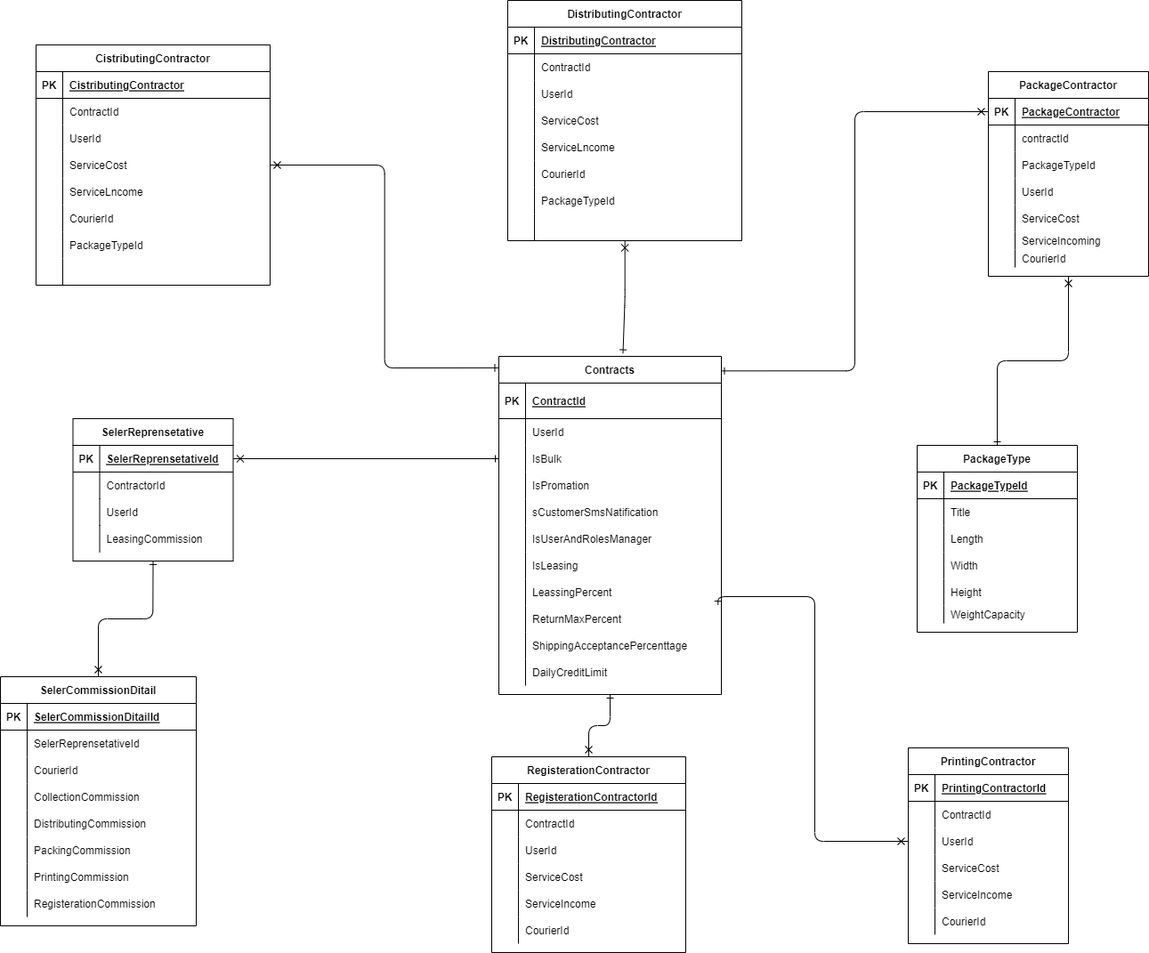
Earlier version of the draw.io export 04-Contract-Service/imgs/ContractServiceDatabase.png (behrangaghili/Postex-Documents_Diagrams). Source tidied: cells renumbered, new cells last; positions are measured from the earlier drawing's top-left corner, leaving out a move shared by most shapes.
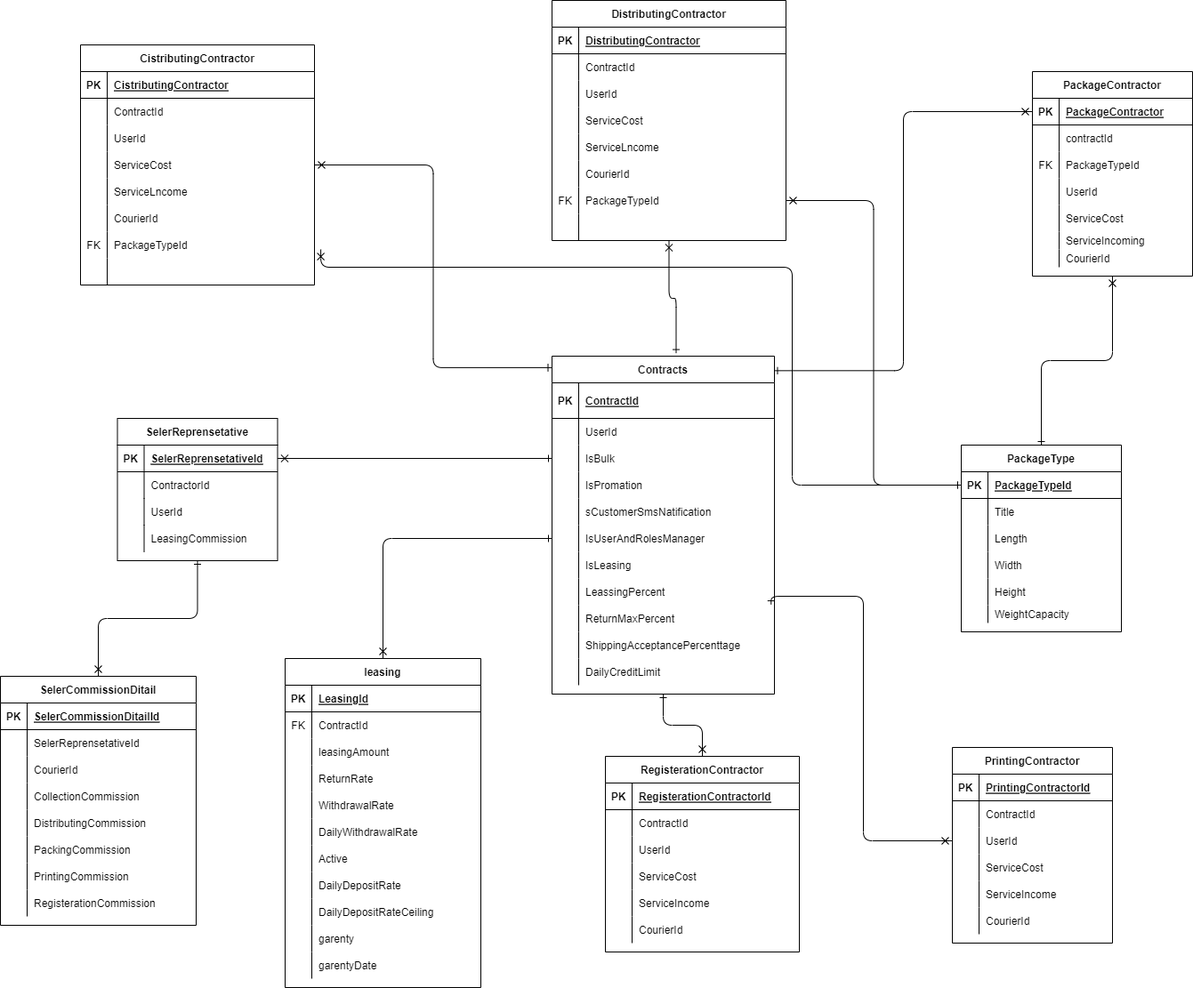
The same diagram one commit later.

Commit message:
edit diagram leasing and entity

Change to the diagram source:
```diff
@@ -3,7 +3,7 @@
     <mxCell id="0" />
     <mxCell id="1" parent="0" />
     <mxCell id="2" value="Contracts" style="shape=table;startSize=30;rowLines=0;fontStyle=1;align=center;" parent="1" vertex="1">
-      <mxGeometry x="560" y="400" width="250" height="380" as="geometry" />
+      <mxGeometry x="570" y="400" width="250" height="380" as="geometry" />
     </mxCell>
     <mxCell id="3" style="shape=partialRectangle;fillColor=none;top=0;left=0;bottom=1;right=0;" parent="2" vertex="1">
       <mxGeometry y="30" width="250" height="40" as="geometry" />
@@ -263,7 +263,7 @@
     <mxCell id="88" style="shape=partialRectangle;fillColor=none;top=0;left=0;bottom=0;right=0;points=[[0,0.5],[1,0.5]];portConstraint=eastwest;" parent="69" vertex="1">
       <mxGeometry y="210" width="263" height="30" as="geometry" />
     </mxCell>
-    <mxCell id="89" style="shape=partialRectangle;fillColor=none;top=0;left=0;bottom=0;right=0;overflow=hidden;" parent="88" vertex="1">
+    <mxCell id="89" value="FK" style="shape=partialRectangle;fillColor=none;top=0;left=0;bottom=0;right=0;overflow=hidden;" parent="88" vertex="1">
       <mxGeometry width="30" height="30" as="geometry" />
     </mxCell>
     <mxCell id="90" value="PackageTypeId" style="shape=partialRectangle;fillColor=none;top=0;left=0;bottom=0;right=0;align=left;spacingLeft=6;overflow=hidden;" parent="88" vertex="1">
@@ -282,7 +282,7 @@
       <mxGeometry relative="1" as="geometry" />
     </mxCell>
     <mxCell id="95" value="SelerCommissionDitail" style="shape=table;startSize=30;rowLines=0;fontStyle=1;align=center;" parent="1" vertex="1">
-      <mxGeometry y="760" width="220" height="280" as="geometry" />
+      <mxGeometry x="-50" y="760" width="220" height="280" as="geometry" />
     </mxCell>
     <mxCell id="96" style="shape=partialRectangle;fillColor=none;top=0;left=0;bottom=1;right=0;" parent="95" vertex="1">
       <mxGeometry y="30" width="220" height="30" as="geometry" />
@@ -419,7 +419,7 @@
     <mxCell id="140" style="shape=partialRectangle;fillColor=none;top=0;left=0;bottom=0;right=0;points=[[0,0.5],[1,0.5]];portConstraint=eastwest;" parent="121" vertex="1">
       <mxGeometry y="210" width="263" height="30" as="geometry" />
     </mxCell>
-    <mxCell id="141" style="shape=partialRectangle;fillColor=none;top=0;left=0;bottom=0;right=0;overflow=hidden;" parent="140" vertex="1">
+    <mxCell id="141" value="FK" style="shape=partialRectangle;fillColor=none;top=0;left=0;bottom=0;right=0;overflow=hidden;" parent="140" vertex="1">
       <mxGeometry width="30" height="30" as="geometry" />
     </mxCell>
     <mxCell id="142" value="PackageTypeId" style="shape=partialRectangle;fillColor=none;top=0;left=0;bottom=0;right=0;align=left;spacingLeft=6;overflow=hidden;" parent="140" vertex="1">
@@ -495,7 +495,7 @@
       <mxGeometry relative="1" as="geometry" />
     </mxCell>
     <mxCell id="166" value="RegisterationContractor" style="shape=table;startSize=30;rowLines=0;fontStyle=1;align=center;" parent="1" vertex="1">
-      <mxGeometry x="552" y="850" width="218" height="220" as="geometry" />
+      <mxGeometry x="630" y="850" width="218" height="220" as="geometry" />
     </mxCell>
     <mxCell id="167" style="shape=partialRectangle;fillColor=none;top=0;left=0;bottom=1;right=0;" parent="166" vertex="1">
       <mxGeometry y="30" width="218" height="30" as="geometry" />
@@ -578,7 +578,7 @@
     <mxCell id="193" style="shape=partialRectangle;fillColor=none;top=0;left=0;bottom=0;right=0;" parent="186" vertex="1">
       <mxGeometry y="90" width="180" height="30" as="geometry" />
     </mxCell>
-    <mxCell id="194" style="shape=partialRectangle;fillColor=none;top=0;left=0;bottom=0;right=0;overflow=hidden;" parent="193" vertex="1">
+    <mxCell id="194" value="FK" style="shape=partialRectangle;fillColor=none;top=0;left=0;bottom=0;right=0;overflow=hidden;" parent="193" vertex="1">
       <mxGeometry width="30" height="30" as="geometry" />
     </mxCell>
     <mxCell id="195" value="PackageTypeId" style="shape=partialRectangle;fillColor=none;top=0;left=0;bottom=0;right=0;align=left;spacingLeft=6;overflow=hidden;" parent="193" vertex="1">
@@ -629,5 +629,122 @@
     <mxCell id="210" style="edgeStyle=orthogonalEdgeStyle;html=1;exitX=0;exitY=0.5;exitDx=0;exitDy=0;entryX=0.998;entryY=0.043;entryDx=0;entryDy=0;entryPerimeter=0;startArrow=cross;startFill=0;endArrow=ERone;endFill=0;" parent="1" edge="1" source="187" target="2">
       <mxGeometry relative="1" as="geometry" />
     </mxCell>
+    <mxCell id="211" style="edgeStyle=orthogonalEdgeStyle;html=1;exitX=0;exitY=0.5;exitDx=0;exitDy=0;entryX=1;entryY=0.5;entryDx=0;entryDy=0;startArrow=ERone;startFill=0;endArrow=cross;endFill=0;" parent="1" edge="1" source="37" target="88">
+      <mxGeometry relative="1" as="geometry" />
+    </mxCell>
+    <mxCell id="212" style="edgeStyle=orthogonalEdgeStyle;html=1;exitX=0;exitY=0.5;exitDx=0;exitDy=0;entryX=1.027;entryY=0.667;entryDx=0;entryDy=0;entryPerimeter=0;startArrow=ERone;startFill=0;endArrow=cross;endFill=0;" parent="1" edge="1" source="37" target="140">
+      <mxGeometry relative="1" as="geometry">
+        <Array as="points">
+          <mxPoint x="840" y="545" />
+          <mxPoint x="840" y="300" />
+          <mxPoint x="310" y="300" />
+        </Array>
+      </mxGeometry>
+    </mxCell>
+    <mxCell id="213" value="leasing" style="shape=table;startSize=30;rowLines=0;fontStyle=1;align=center;" parent="1" vertex="1">
+      <mxGeometry x="270" y="740" width="220" height="370" as="geometry" />
+    </mxCell>
+    <mxCell id="214" style="shape=partialRectangle;fillColor=none;top=0;left=0;bottom=1;right=0;" parent="213" vertex="1">
+      <mxGeometry y="30" width="220" height="30" as="geometry" />
+    </mxCell>
+    <mxCell id="215" value="PK" style="shape=partialRectangle;fillColor=none;top=0;left=0;bottom=0;right=0;fontStyle=1;overflow=hidden;" parent="214" vertex="1">
+      <mxGeometry width="30" height="30" as="geometry" />
+    </mxCell>
+    <mxCell id="216" value="LeasingId" style="shape=partialRectangle;fillColor=none;top=0;left=0;bottom=0;right=0;align=left;spacingLeft=6;fontStyle=5;overflow=hidden;" parent="214" vertex="1">
+      <mxGeometry x="30" width="190" height="30" as="geometry" />
+    </mxCell>
+    <mxCell id="217" style="shape=partialRectangle;fillColor=none;top=0;left=0;bottom=0;right=0;" parent="213" vertex="1">
+      <mxGeometry y="60" width="220" height="30" as="geometry" />
+    </mxCell>
+    <mxCell id="218" value="FK" style="shape=partialRectangle;fillColor=none;top=0;left=0;bottom=0;right=0;overflow=hidden;" parent="217" vertex="1">
+      <mxGeometry width="30" height="30" as="geometry" />
+    </mxCell>
+    <mxCell id="219" value="ContractId" style="shape=partialRectangle;fillColor=none;top=0;left=0;bottom=0;right=0;align=left;spacingLeft=6;overflow=hidden;" parent="217" vertex="1">
+      <mxGeometry x="30" width="190" height="30" as="geometry" />
+    </mxCell>
+    <mxCell id="220" style="shape=partialRectangle;fillColor=none;top=0;left=0;bottom=0;right=0;" parent="213" vertex="1">
+      <mxGeometry y="90" width="220" height="30" as="geometry" />
+    </mxCell>
+    <mxCell id="221" style="shape=partialRectangle;fillColor=none;top=0;left=0;bottom=0;right=0;overflow=hidden;" parent="220" vertex="1">
+      <mxGeometry width="30" height="30" as="geometry" />
+    </mxCell>
+    <mxCell id="222" value="leasingAmount" style="shape=partialRectangle;fillColor=none;top=0;left=0;bottom=0;right=0;align=left;spacingLeft=6;overflow=hidden;" parent="220" vertex="1">
+      <mxGeometry x="30" width="190" height="30" as="geometry" />
+    </mxCell>
+    <mxCell id="223" style="shape=partialRectangle;fillColor=none;top=0;left=0;bottom=0;right=0;" parent="213" vertex="1">
+      <mxGeometry y="120" width="220" height="30" as="geometry" />
+    </mxCell>
+    <mxCell id="224" style="shape=partialRectangle;fillColor=none;top=0;left=0;bottom=0;right=0;overflow=hidden;" parent="223" vertex="1">
+      <mxGeometry width="30" height="30" as="geometry" />
+    </mxCell>
+    <mxCell id="225" value="ReturnRate" style="shape=partialRectangle;fillColor=none;top=0;left=0;bottom=0;right=0;align=left;spacingLeft=6;overflow=hidden;" parent="223" vertex="1">
+      <mxGeometry x="30" width="190" height="30" as="geometry" />
+    </mxCell>
+    <mxCell id="226" style="shape=partialRectangle;fillColor=none;top=0;left=0;bottom=0;right=0;" parent="213" vertex="1">
+      <mxGeometry y="150" width="220" height="30" as="geometry" />
+    </mxCell>
+    <mxCell id="227" style="shape=partialRectangle;fillColor=none;top=0;left=0;bottom=0;right=0;overflow=hidden;" parent="226" vertex="1">
+      <mxGeometry width="30" height="30" as="geometry" />
+    </mxCell>
+    <mxCell id="228" value="WithdrawalRate" style="shape=partialRectangle;fillColor=none;top=0;left=0;bottom=0;right=0;align=left;spacingLeft=6;overflow=hidden;" parent="226" vertex="1">
+      <mxGeometry x="30" width="190" height="30" as="geometry" />
+    </mxCell>
+    <mxCell id="229" style="shape=partialRectangle;fillColor=none;top=0;left=0;bottom=0;right=0;" parent="213" vertex="1">
+      <mxGeometry y="180" width="220" height="30" as="geometry" />
+    </mxCell>
+    <mxCell id="230" style="shape=partialRectangle;fillColor=none;top=0;left=0;bottom=0;right=0;overflow=hidden;" parent="229" vertex="1">
+      <mxGeometry width="30" height="30" as="geometry" />
+    </mxCell>
+    <mxCell id="231" value="DailyWithdrawalRate" style="shape=partialRectangle;fillColor=none;top=0;left=0;bottom=0;right=0;align=left;spacingLeft=6;overflow=hidden;" parent="229" vertex="1">
+      <mxGeometry x="30" width="190" height="30" as="geometry" />
+    </mxCell>
+    <mxCell id="232" style="shape=partialRectangle;fillColor=none;top=0;left=0;bottom=0;right=0;" parent="213" vertex="1">
+      <mxGeometry y="210" width="220" height="30" as="geometry" />
+    </mxCell>
+    <mxCell id="233" style="shape=partialRectangle;fillColor=none;top=0;left=0;bottom=0;right=0;overflow=hidden;" parent="232" vertex="1">
+      <mxGeometry width="30" height="30" as="geometry" />
+    </mxCell>
+    <mxCell id="234" value="Active" style="shape=partialRectangle;fillColor=none;top=0;left=0;bottom=0;right=0;align=left;spacingLeft=6;overflow=hidden;" parent="232" vertex="1">
+      <mxGeometry x="30" width="190" height="30" as="geometry" />
+    </mxCell>
+    <mxCell id="235" style="shape=partialRectangle;fillColor=none;top=0;left=0;bottom=0;right=0;" parent="213" vertex="1">
+      <mxGeometry y="240" width="220" height="30" as="geometry" />
+    </mxCell>
+    <mxCell id="236" style="shape=partialRectangle;fillColor=none;top=0;left=0;bottom=0;right=0;overflow=hidden;" parent="235" vertex="1">
+      <mxGeometry width="30" height="30" as="geometry" />
+    </mxCell>
+    <mxCell id="237" value="DailyDepositRate" style="shape=partialRectangle;fillColor=none;top=0;left=0;bottom=0;right=0;align=left;spacingLeft=6;overflow=hidden;" parent="235" vertex="1">
+      <mxGeometry x="30" width="190" height="30" as="geometry" />
+    </mxCell>
+    <mxCell id="238" style="shape=partialRectangle;fillColor=none;top=0;left=0;bottom=0;right=0;" parent="213" vertex="1">
+      <mxGeometry y="270" width="220" height="30" as="geometry" />
+    </mxCell>
+    <mxCell id="239" style="shape=partialRectangle;fillColor=none;top=0;left=0;bottom=0;right=0;overflow=hidden;" parent="238" vertex="1">
+      <mxGeometry width="30" height="30" as="geometry" />
+    </mxCell>
+    <mxCell id="240" value="DailyDepositRateCeiling" style="shape=partialRectangle;fillColor=none;top=0;left=0;bottom=0;right=0;align=left;spacingLeft=6;overflow=hidden;" parent="238" vertex="1">
+      <mxGeometry x="30" width="190" height="30" as="geometry" />
+    </mxCell>
+    <mxCell id="241" style="shape=partialRectangle;fillColor=none;top=0;left=0;bottom=0;right=0;" parent="213" vertex="1">
+      <mxGeometry y="300" width="220" height="30" as="geometry" />
+    </mxCell>
+    <mxCell id="242" style="shape=partialRectangle;fillColor=none;top=0;left=0;bottom=0;right=0;overflow=hidden;" parent="241" vertex="1">
+      <mxGeometry width="30" height="30" as="geometry" />
+    </mxCell>
+    <mxCell id="243" value="garenty" style="shape=partialRectangle;fillColor=none;top=0;left=0;bottom=0;right=0;align=left;spacingLeft=6;overflow=hidden;" parent="241" vertex="1">
+      <mxGeometry x="30" width="190" height="30" as="geometry" />
+    </mxCell>
+    <mxCell id="244" style="shape=partialRectangle;fillColor=none;top=0;left=0;bottom=0;right=0;" parent="213" vertex="1">
+      <mxGeometry y="330" width="220" height="30" as="geometry" />
+    </mxCell>
+    <mxCell id="245" style="shape=partialRectangle;fillColor=none;top=0;left=0;bottom=0;right=0;overflow=hidden;" parent="244" vertex="1">
+      <mxGeometry width="30" height="30" as="geometry" />
+    </mxCell>
+    <mxCell id="246" value="garentyDate" style="shape=partialRectangle;fillColor=none;top=0;left=0;bottom=0;right=0;align=left;spacingLeft=6;overflow=hidden;" parent="244" vertex="1">
+      <mxGeometry x="30" width="190" height="30" as="geometry" />
+    </mxCell>
+    <mxCell id="247" style="edgeStyle=orthogonalEdgeStyle;html=1;exitX=0;exitY=0.5;exitDx=0;exitDy=0;entryX=0.5;entryY=0;entryDx=0;entryDy=0;startArrow=ERone;startFill=0;endArrow=cross;endFill=0;" parent="1" edge="1" source="18" target="213">
+      <mxGeometry relative="1" as="geometry" />
+    </mxCell>
   </root>
 </mxGraphModel>
```
